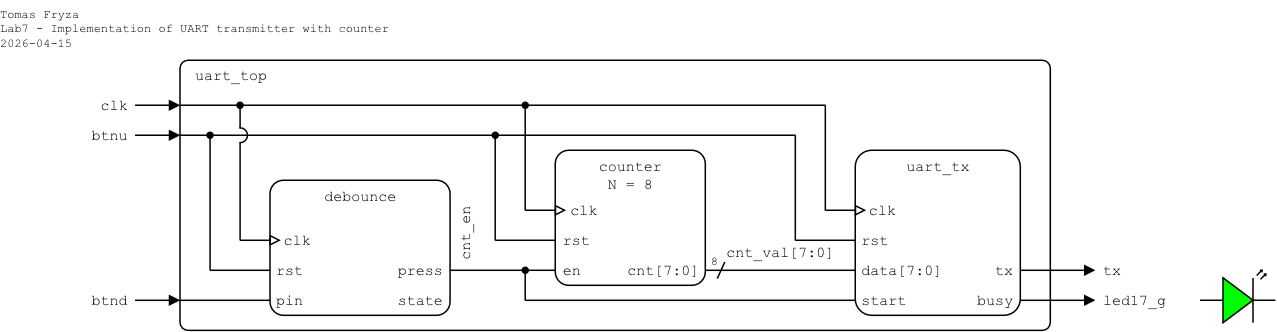
Above: lab7-uart/images/top-level_ver2.png in tomas-fryza/verilog-examples (draw.io), before the change. Source tidied: cells renumbered, new cells last; positions are measured from the earlier drawing's top-left corner, leaving out a move shared by most shapes.
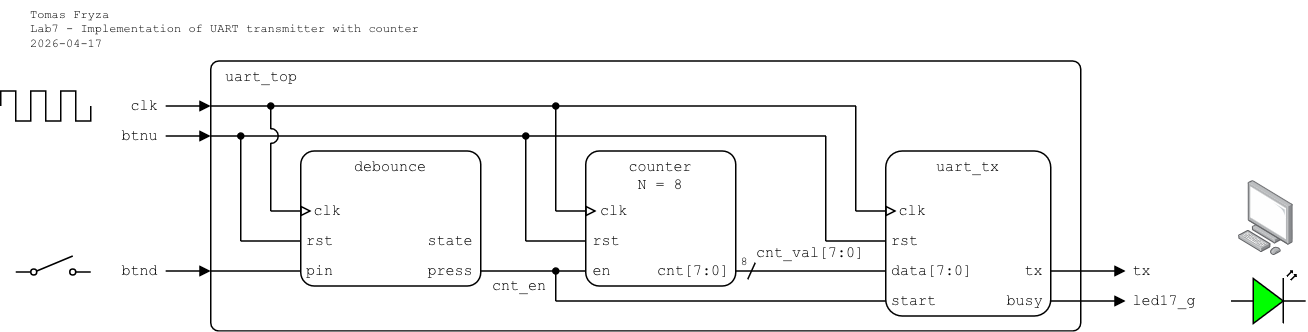
After the commit.

The edit, as a diff of the source:
```diff
@@ -78,22 +78,22 @@
       </mxGeometry>
     </mxCell>
     <mxCell id="20" value="debounce" style="rounded=1;arcSize=10;align=center;verticalAlign=top;fontFamily=Courier New;absoluteArcSize=0;fillColor=none;fixDash=0;fontSize=10;spacingLeft=0;labelBorderColor=none;spacingTop=0;spacing=0;labelBackgroundColor=none;whiteSpace=wrap;html=1;strokeWidth=1;shadow=0;glass=0;" parent="1" vertex="1">
-      <mxGeometry x="180" y="120" width="120" height="90" as="geometry" />
+      <mxGeometry x="180" y="100" width="120" height="90" as="geometry" />
     </mxCell>
     <mxCell id="21" value="rst" style="text;html=1;align=left;verticalAlign=middle;whiteSpace=wrap;rounded=0;fontFamily=Courier New;fontSize=10;fillOpacity=100;spacingLeft=5;spacing=0;" parent="1" vertex="1">
-      <mxGeometry x="179.4" y="170" width="30.6" height="20" as="geometry" />
+      <mxGeometry x="179.4" y="150" width="30.6" height="20" as="geometry" />
     </mxCell>
     <mxCell id="22" value="clk" style="text;html=1;align=left;verticalAlign=middle;whiteSpace=wrap;rounded=0;fontFamily=Courier New;fontSize=10;fillOpacity=100;spacing=0;spacingLeft=10;" parent="1" vertex="1">
-      <mxGeometry x="179.4" y="150" width="40.6" height="20" as="geometry" />
+      <mxGeometry x="179.4" y="130" width="40.6" height="20" as="geometry" />
     </mxCell>
     <mxCell id="23" style="endArrow=block;html=1;rounded=0;endFill=0;endSize=5;startSize=5;" parent="1" edge="1">
       <mxGeometry relative="1" as="geometry">
-        <mxPoint x="160" y="160" as="sourcePoint" />
-        <mxPoint x="187.2" y="160" as="targetPoint" />
+        <mxPoint x="160" y="140" as="sourcePoint" />
+        <mxPoint x="187.2" y="140" as="targetPoint" />
       </mxGeometry>
     </mxCell>
-    <mxCell id="24" value="state" style="text;html=1;align=right;verticalAlign=middle;whiteSpace=wrap;rounded=0;fontFamily=Courier New;fontSize=10;fillOpacity=100;spacing=0;spacingRight=5;" parent="1" vertex="1">
-      <mxGeometry x="250" y="190" width="50" height="20" as="geometry" />
+    <mxCell id="24" value="press" style="text;html=1;align=right;verticalAlign=middle;whiteSpace=wrap;rounded=0;fontFamily=Courier New;fontSize=10;fillOpacity=100;spacing=0;spacingRight=5;" parent="1" vertex="1">
+      <mxGeometry x="260" y="170" width="40" height="20" as="geometry" />
     </mxCell>
     <mxCell id="25" style="verticalLabelPosition=bottom;verticalAlign=top;html=1;shape=mxgraph.basic.arc;startAngle=0.75;endAngle=0.25;rotation=90;" parent="1" vertex="1">
       <mxGeometry x="155" y="85" width="10" height="10" as="geometry" />
@@ -106,21 +106,21 @@
     </mxCell>
     <mxCell id="27" style="endArrow=none;html=1;rounded=0;startArrow=none;startFill=0;endSize=4;startSize=4;" parent="1" edge="1">
       <mxGeometry relative="1" as="geometry">
-        <mxPoint x="160" y="160" as="sourcePoint" />
+        <mxPoint x="160" y="140" as="sourcePoint" />
         <mxPoint x="160" y="94.5" as="targetPoint" />
       </mxGeometry>
     </mxCell>
     <mxCell id="28" value="pin" style="text;html=1;align=left;verticalAlign=middle;whiteSpace=wrap;rounded=0;fontFamily=Courier New;fontSize=10;fillOpacity=100;spacingLeft=5;spacing=0;" parent="1" vertex="1">
-      <mxGeometry x="179.4" y="190" width="50.6" height="20" as="geometry" />
+      <mxGeometry x="179.4" y="170" width="30.6" height="20" as="geometry" />
     </mxCell>
     <mxCell id="29" style="endArrow=none;html=1;rounded=0;endFill=0;endSize=5;startSize=5;" parent="1" edge="1">
       <mxGeometry relative="1" as="geometry">
-        <mxPoint x="140" y="180" as="sourcePoint" />
-        <mxPoint x="180" y="180" as="targetPoint" />
+        <mxPoint x="140" y="160" as="sourcePoint" />
+        <mxPoint x="180" y="160" as="targetPoint" />
       </mxGeometry>
     </mxCell>
-    <mxCell id="30" value="press" style="text;html=1;align=right;verticalAlign=middle;whiteSpace=wrap;rounded=0;fontFamily=Courier New;fontSize=10;fillOpacity=100;spacing=0;spacingRight=5;" parent="1" vertex="1">
-      <mxGeometry x="230" y="170" width="70" height="20" as="geometry" />
+    <mxCell id="30" value="state" style="text;html=1;align=right;verticalAlign=middle;whiteSpace=wrap;rounded=0;fontFamily=Courier New;fontSize=10;fillOpacity=100;spacing=0;spacingRight=5;" parent="1" vertex="1">
+      <mxGeometry x="260" y="150" width="40" height="20" as="geometry" />
     </mxCell>
     <mxCell id="31" style="endArrow=none;html=1;rounded=0;startArrow=oval;startFill=1;endSize=4;startSize=4;" parent="1" edge="1">
       <mxGeometry relative="1" as="geometry">
@@ -131,7 +131,7 @@
     <mxCell id="32" style="endArrow=none;html=1;rounded=0;startArrow=oval;startFill=1;endSize=4;startSize=4;" parent="1" edge="1">
       <mxGeometry relative="1" as="geometry">
         <mxPoint x="140" y="90" as="sourcePoint" />
-        <mxPoint x="140" y="180" as="targetPoint" />
+        <mxPoint x="140" y="160" as="targetPoint" />
       </mxGeometry>
     </mxCell>
     <mxCell id="33" value="8" style="text;html=1;align=center;verticalAlign=middle;whiteSpace=wrap;rounded=0;fontFamily=Courier New;fontSize=8;fillOpacity=100;spacing=2;spacingRight=0;" parent="1" vertex="1">
@@ -153,7 +153,7 @@
       <mxGeometry x="370" y="130" width="40.6" height="20" as="geometry" />
     </mxCell>
     <mxCell id="38" value="cnt[7:0]" style="text;html=1;align=right;verticalAlign=middle;whiteSpace=wrap;rounded=0;fontFamily=Courier New;fontSize=10;fillOpacity=100;spacing=0;spacingRight=5;" parent="1" vertex="1">
-      <mxGeometry x="400" y="170" width="70.6" height="20" as="geometry" />
+      <mxGeometry x="410" y="170" width="60.6" height="20" as="geometry" />
     </mxCell>
     <mxCell id="39" value="en" style="text;html=1;align=left;verticalAlign=middle;whiteSpace=wrap;rounded=0;fontFamily=Courier New;fontSize=10;fillOpacity=100;spacingLeft=5;spacing=0;" parent="1" vertex="1">
       <mxGeometry x="370" y="170" width="30.6" height="20" as="geometry" />
@@ -171,7 +171,7 @@
       </mxGeometry>
     </mxCell>
     <mxCell id="42" value="&lt;div align=&quot;right&quot;&gt;btnu&lt;/div&gt;" style="text;html=1;align=right;verticalAlign=middle;whiteSpace=wrap;rounded=0;fontFamily=Courier New;fontSize=10;fillOpacity=100;spacing=0;spacingLeft=0;spacingRight=5;" parent="1" vertex="1">
-      <mxGeometry x="50" y="80" width="39.6" height="20" as="geometry" />
+      <mxGeometry x="60" y="80" width="29.6" height="20" as="geometry" />
     </mxCell>
     <mxCell id="43" style="endArrow=block;html=1;rounded=0;endFill=1;endSize=5;startSize=5;" parent="1" edge="1">
       <mxGeometry relative="1" as="geometry">
@@ -184,17 +184,17 @@
     </mxCell>
     <mxCell id="45" style="endArrow=block;html=1;rounded=0;endFill=1;endSize=5;startSize=5;" parent="1" edge="1">
       <mxGeometry relative="1" as="geometry">
-        <mxPoint x="90" y="200" as="sourcePoint" />
-        <mxPoint x="120" y="200" as="targetPoint" />
+        <mxPoint x="90" y="180" as="sourcePoint" />
+        <mxPoint x="120" y="180" as="targetPoint" />
       </mxGeometry>
     </mxCell>
     <mxCell id="46" value="btnd" style="text;html=1;align=right;verticalAlign=middle;whiteSpace=wrap;rounded=0;fontFamily=Courier New;fontSize=10;fillOpacity=100;spacing=0;spacingLeft=0;spacingRight=5;" parent="1" vertex="1">
-      <mxGeometry x="40" y="190" width="49.6" height="20" as="geometry" />
+      <mxGeometry x="60" y="170" width="29.6" height="20" as="geometry" />
     </mxCell>
     <mxCell id="47" style="endArrow=none;html=1;rounded=0;endFill=0;endSize=5;startSize=5;" parent="1" edge="1">
       <mxGeometry relative="1" as="geometry">
-        <mxPoint x="120" y="200" as="sourcePoint" />
-        <mxPoint x="180" y="200" as="targetPoint" />
+        <mxPoint x="120" y="180" as="sourcePoint" />
+        <mxPoint x="180" y="180" as="targetPoint" />
       </mxGeometry>
     </mxCell>
     <mxCell id="48" style="endArrow=none;html=1;rounded=0;endFill=0;endSize=5;startSize=5;" parent="1" edge="1">
@@ -209,8 +209,8 @@
         <mxPoint x="370" y="160" as="targetPoint" />
       </mxGeometry>
     </mxCell>
-    <mxCell id="50" value="cnt_en" style="text;html=1;align=left;verticalAlign=middle;whiteSpace=wrap;rounded=0;fontFamily=Courier New;fontSize=10;fillOpacity=100;spacing=2;spacingLeft=0;rotation=270;" parent="1" vertex="1">
-      <mxGeometry x="287.5" y="142.5" width="45" height="20" as="geometry" />
+    <mxCell id="50" value="cnt_en" style="text;html=1;align=center;verticalAlign=middle;whiteSpace=wrap;rounded=0;fontFamily=Courier New;fontSize=10;fillOpacity=100;spacing=2;spacingLeft=0;rotation=0;" parent="1" vertex="1">
+      <mxGeometry x="300.5" y="179.5" width="49.5" height="20" as="geometry" />
     </mxCell>
     <mxCell id="51" style="endArrow=none;html=1;rounded=0;endFill=0;endSize=5;startSize=5;" parent="1" edge="1">
       <mxGeometry relative="1" as="geometry">
@@ -251,8 +251,23 @@
         <mxPoint x="370" y="180" as="targetPoint" />
       </mxGeometry>
     </mxCell>
-    <mxCell id="58" value="&lt;div&gt;Tomas Fryza&lt;/div&gt;&lt;div&gt;Lab7 - Implementation of UART transmitter with counter&lt;/div&gt;&lt;div&gt;2026-04-15&lt;/div&gt;" style="text;html=1;align=left;verticalAlign=top;whiteSpace=wrap;rounded=0;fontFamily=Courier New;fontSize=8;fillOpacity=100;spacing=0;spacingLeft=0;" parent="1" vertex="1">
+    <mxCell id="58" value="&lt;div&gt;Tomas Fryza&lt;/div&gt;&lt;div&gt;Lab7 - Implementation of UART transmitter with counter&lt;/div&gt;&lt;div&gt;2026-04-17&lt;/div&gt;" style="text;html=1;align=left;verticalAlign=top;whiteSpace=wrap;rounded=0;fontFamily=Courier New;fontSize=8;fillOpacity=100;spacing=0;spacingLeft=0;" parent="1" vertex="1">
       <mxGeometry width="280" height="40" as="geometry" />
     </mxCell>
+    <mxCell id="59" style="image;html=1;align=center;shadow=0;dashed=0;image=img/lib/allied_telesis/computer_and_terminals/Personal_Computer.svg;imageBackground=none;" parent="1" vertex="1">
+      <mxGeometry x="805" y="120" width="36.9" height="50" as="geometry" />
+    </mxCell>
+    <mxCell id="60" style="html=1;shape=mxgraph.electrical.electro-mechanical.singleSwitch;elSwitchState=off;" parent="1" vertex="1">
+      <mxGeometry x="-10" y="170" width="50" height="13.3" as="geometry" />
+    </mxCell>
+    <mxCell id="61" style="verticalLabelPosition=bottom;shadow=0;dashed=0;align=center;html=1;verticalAlign=top;shape=mxgraph.electrical.waveforms.square_wave;direction=west;flipH=0;legacyAnchorPoints=0;" parent="1" vertex="1">
+      <mxGeometry x="-20" y="60" width="20" height="20" as="geometry" />
+    </mxCell>
+    <mxCell id="62" style="verticalLabelPosition=bottom;shadow=0;dashed=0;align=center;html=1;verticalAlign=top;shape=mxgraph.electrical.waveforms.square_wave;flipH=0;legacyAnchorPoints=0;" parent="1" vertex="1">
+      <mxGeometry y="60" width="20" height="20" as="geometry" />
+    </mxCell>
+    <mxCell id="63" style="verticalLabelPosition=bottom;shadow=0;dashed=0;align=center;html=1;verticalAlign=top;shape=mxgraph.electrical.waveforms.square_wave;flipH=0;legacyAnchorPoints=0;" parent="1" vertex="1">
+      <mxGeometry x="20" y="60" width="20" height="20" as="geometry" />
+    </mxCell>
   </root>
 </mxGraphModel>
```
